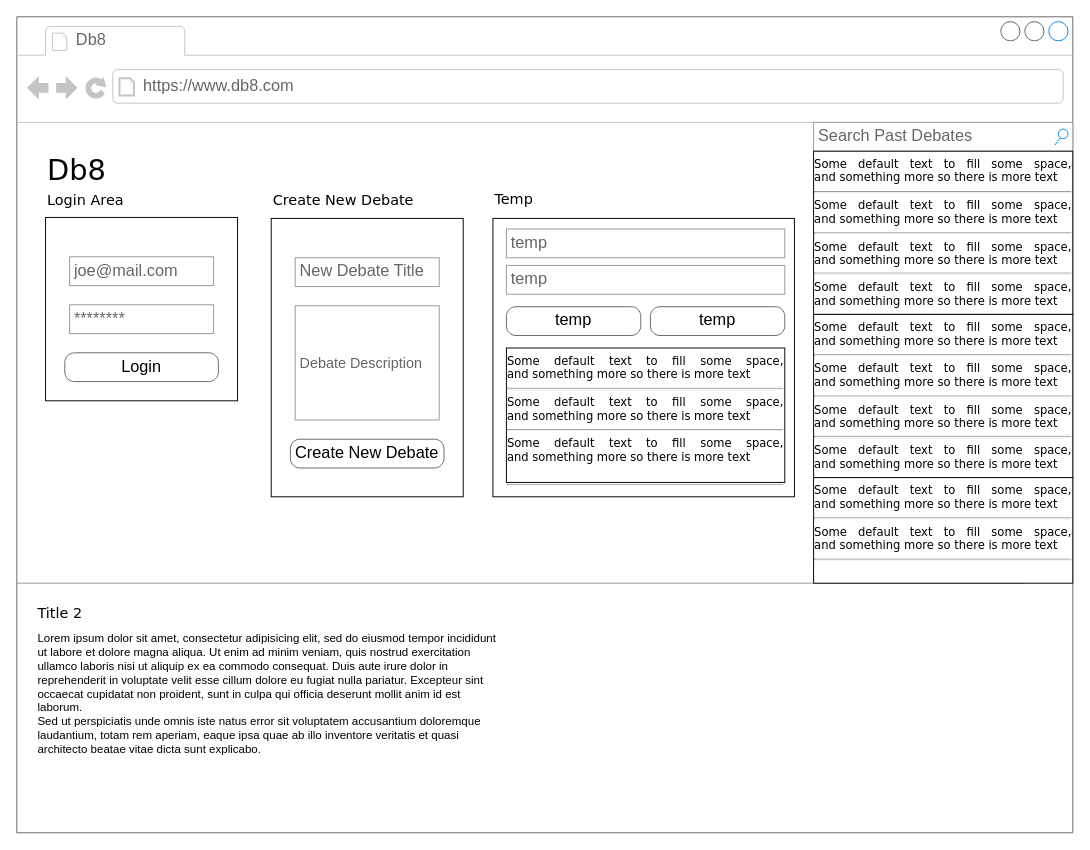
CLAW1200/Db8-comp1004 keeps this draw.io diagram as Db8.drawio. Above is the earlier version. Source tidied: cells renumbered, new cells numbered last; positions are measured from the earlier drawing's top-left corner, leaving out a move shared by most shapes. Both pictures are drawn from the tidied source at 96%, with x=0, y=0 at pixel (16, 16).
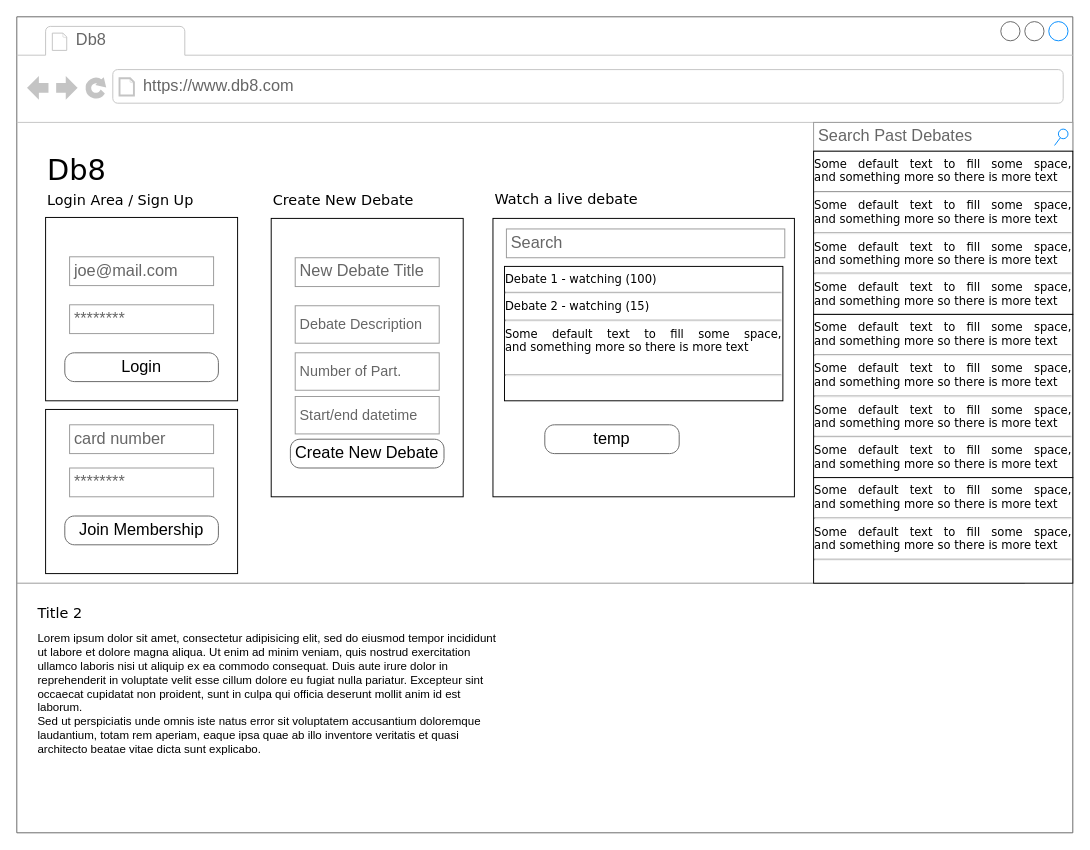
Above is the later version.

The change refers to these unchanged cells:
```xml
<mxCell id="2" style="strokeWidth=1;shadow=0;dashed=0;align=center;html=1;shape=mxgraph.mockup.containers.browserWindow;rSize=0;strokeColor=#666666;mainText=,;rounded=0;labelBackgroundColor=none;fontFamily=Verdana;fontSize=12;" parent="1" vertex="1">
  <mxGeometry width="1100" height="850" as="geometry" />
</mxCell>
```

Change to the diagram source:
```diff
@@
-    <mxCell id="7" value="Login Area" style="text;html=1;align=left;verticalAlign=top;spacingTop=-4;fontSize=15;fontFamily=Verdana;" parent="2" vertex="1">
+    <mxCell id="7" value="Login Area / Sign Up" style="text;html=1;align=left;verticalAlign=top;spacingTop=-4;fontSize=15;fontFamily=Verdana;" parent="2" vertex="1">
       <mxGeometry x="30" y="180" width="170" height="30" as="geometry" />
     </mxCell>
@@
-    <mxCell id="13" value="Temp" style="text;html=1;align=left;verticalAlign=top;spacingTop=-4;fontSize=15;fontFamily=Verdana;" parent="2" vertex="1">
+    <mxCell id="13" value="Watch a live debate" style="text;html=1;align=left;verticalAlign=top;spacingTop=-4;fontSize=15;fontFamily=Verdana;" parent="2" vertex="1">
       <mxGeometry x="496" y="179" width="170" height="30" as="geometry" />
     </mxCell>
@@
     <mxCell id="22" value="&lt;font style=&quot;font-size: 15px;&quot;&gt;Debate Description&lt;/font&gt;" style="strokeWidth=1;shadow=0;dashed=0;align=left;html=1;shape=mxgraph.mockup.forms.pwField;strokeColor=#999999;mainText=;align=left;fontColor=#666666;fontSize=17;spacingLeft=3;" parent="2" vertex="1">
-      <mxGeometry x="290" y="301" width="150" height="119" as="geometry" />
+      <mxGeometry x="290" y="301" width="150" height="39" as="geometry" />
     </mxCell>
@@
-    <mxCell id="26" value="temp" style="strokeWidth=1;shadow=0;dashed=0;align=center;html=1;shape=mxgraph.mockup.forms.pwField;strokeColor=#999999;mainText=;align=left;fontColor=#666666;fontSize=17;spacingLeft=3;" parent="2" vertex="1">
-      <mxGeometry x="510" y="259" width="290" height="30" as="geometry" />
-    </mxCell>
-    <mxCell id="27" value="temp" style="strokeWidth=1;shadow=0;dashed=0;align=center;html=1;shape=mxgraph.mockup.buttons.button;strokeColor=#666666;mainText=;buttonStyle=round;fontSize=17;fontStyle=0;fillColor=none;whiteSpace=wrap;rounded=0;labelBackgroundColor=none;" parent="2" vertex="1">
-      <mxGeometry x="510" y="302" width="140" height="30" as="geometry" />
-    </mxCell>
-    <mxCell id="28" value="temp" style="strokeWidth=1;shadow=0;dashed=0;align=center;html=1;shape=mxgraph.mockup.forms.pwField;strokeColor=#999999;mainText=;align=left;fontColor=#666666;fontSize=17;spacingLeft=3;" parent="2" vertex="1">
+    <mxCell id="28" value="Search" style="strokeWidth=1;shadow=0;dashed=0;align=center;html=1;shape=mxgraph.mockup.forms.pwField;strokeColor=#999999;mainText=;align=left;fontColor=#666666;fontSize=17;spacingLeft=3;" parent="2" vertex="1">
       <mxGeometry x="510" y="221" width="290" height="30" as="geometry" />
     </mxCell>
     <mxCell id="29" value="temp" style="strokeWidth=1;shadow=0;dashed=0;align=center;html=1;shape=mxgraph.mockup.buttons.button;strokeColor=#666666;mainText=;buttonStyle=round;fontSize=17;fontStyle=0;fillColor=none;whiteSpace=wrap;rounded=0;labelBackgroundColor=none;" parent="2" vertex="1">
-      <mxGeometry x="660" y="302" width="140" height="30" as="geometry" />
+      <mxGeometry x="550" y="425" width="140" height="30" as="geometry" />
     </mxCell>
-    <mxCell id="30" value="&lt;div style=&quot;text-align: justify&quot;&gt;&lt;span&gt;Some default text to fill some space, and&amp;nbsp;&lt;/span&gt;&lt;span&gt;something more so there is more text&lt;/span&gt;&lt;/div&gt;&lt;div style=&quot;text-align: justify&quot;&gt;&lt;hr id=&quot;null&quot; style=&quot;text-align: justify&quot;&gt;&lt;span&gt;&lt;div style=&quot;text-align: justify&quot;&gt;&lt;span&gt;Some default text to fill some space, and&amp;nbsp;&lt;/span&gt;&lt;span&gt;something more so there is more text&lt;/span&gt;&lt;/div&gt;&lt;/span&gt;&lt;/div&gt;&lt;hr id=&quot;null&quot; style=&quot;text-align: justify&quot;&gt;&lt;span&gt;&lt;div style=&quot;text-align: justify&quot;&gt;&lt;span&gt;Some default text to fill some space, and&amp;nbsp;&lt;/span&gt;&lt;span&gt;something more so there is more text&lt;/span&gt;&lt;/div&gt;&lt;/span&gt;&lt;span&gt;&lt;div style=&quot;text-align: justify&quot;&gt;&lt;br&gt;&lt;/div&gt;&lt;/span&gt;&lt;hr id=&quot;null&quot; style=&quot;text-align: left&quot;&gt;" style="whiteSpace=wrap;html=1;rounded=0;shadow=0;labelBackgroundColor=none;strokeWidth=1;fontFamily=Verdana;fontSize=12;align=center;verticalAlign=top;" parent="2" vertex="1">
-      <mxGeometry x="510" y="345" width="290" height="140" as="geometry" />
+    <mxCell id="30" value="&lt;div style=&quot;text-align: justify&quot;&gt;Debate 1 - watching&amp;nbsp;(100)&lt;/div&gt;&lt;div style=&quot;text-align: justify&quot;&gt;&lt;hr id=&quot;null&quot; style=&quot;text-align: justify&quot;&gt;&lt;span&gt;&lt;div style=&quot;text-align: justify&quot;&gt;Debate 2 - watching (15)&lt;br&gt;&lt;/div&gt;&lt;/span&gt;&lt;/div&gt;&lt;hr id=&quot;null&quot; style=&quot;text-align: justify&quot;&gt;&lt;span&gt;&lt;div style=&quot;text-align: justify&quot;&gt;&lt;span&gt;Some default text to fill some space, and&amp;nbsp;&lt;/span&gt;&lt;span&gt;something more so there is more text&lt;/span&gt;&lt;/div&gt;&lt;/span&gt;&lt;span&gt;&lt;div style=&quot;text-align: justify&quot;&gt;&lt;br&gt;&lt;/div&gt;&lt;/span&gt;&lt;hr id=&quot;null&quot; style=&quot;text-align: left&quot;&gt;" style="whiteSpace=wrap;html=1;rounded=0;shadow=0;labelBackgroundColor=none;strokeWidth=1;fontFamily=Verdana;fontSize=12;align=center;verticalAlign=top;" parent="2" vertex="1">
+      <mxGeometry x="508" y="260" width="290" height="140" as="geometry" />
     </mxCell>
+    <mxCell id="31" value="&lt;font style=&quot;font-size: 15px&quot;&gt;Number of Part.&lt;/font&gt;" style="strokeWidth=1;shadow=0;dashed=0;align=left;html=1;shape=mxgraph.mockup.forms.pwField;strokeColor=#999999;mainText=;align=left;fontColor=#666666;fontSize=17;spacingLeft=3;" parent="2" vertex="1">
+      <mxGeometry x="290" y="350" width="150" height="39" as="geometry" />
+    </mxCell>
+    <mxCell id="32" value="&lt;font style=&quot;font-size: 15px&quot;&gt;Start/end datetime&lt;/font&gt;" style="strokeWidth=1;shadow=0;dashed=0;align=left;html=1;shape=mxgraph.mockup.forms.pwField;strokeColor=#999999;mainText=;align=left;fontColor=#666666;fontSize=17;spacingLeft=3;" parent="2" vertex="1">
+      <mxGeometry x="290" y="395.5" width="150" height="39" as="geometry" />
+    </mxCell>
+    <mxCell id="33" style="rounded=0;whiteSpace=wrap;html=1;" parent="2" vertex="1">
+      <mxGeometry x="30" y="409" width="200" height="171" as="geometry" />
+    </mxCell>
+    <mxCell id="34" value="********" style="strokeWidth=1;shadow=0;dashed=0;align=center;html=1;shape=mxgraph.mockup.forms.pwField;strokeColor=#999999;mainText=;align=left;fontColor=#666666;fontSize=17;spacingLeft=3;" parent="2" vertex="1">
+      <mxGeometry x="55" y="470" width="150" height="30" as="geometry" />
+    </mxCell>
+    <mxCell id="35" value="Join Membership" style="strokeWidth=1;shadow=0;dashed=0;align=center;html=1;shape=mxgraph.mockup.buttons.button;strokeColor=#666666;mainText=;buttonStyle=round;fontSize=17;fontStyle=0;fillColor=none;whiteSpace=wrap;rounded=0;labelBackgroundColor=none;" parent="2" vertex="1">
+      <mxGeometry x="50" y="520" width="160" height="30" as="geometry" />
+    </mxCell>
+    <mxCell id="36" value="card number" style="strokeWidth=1;shadow=0;dashed=0;align=center;html=1;shape=mxgraph.mockup.forms.pwField;strokeColor=#999999;mainText=;align=left;fontColor=#666666;fontSize=17;spacingLeft=3;" parent="2" vertex="1">
+      <mxGeometry x="55" y="425" width="150" height="30" as="geometry" />
+    </mxCell>
```
